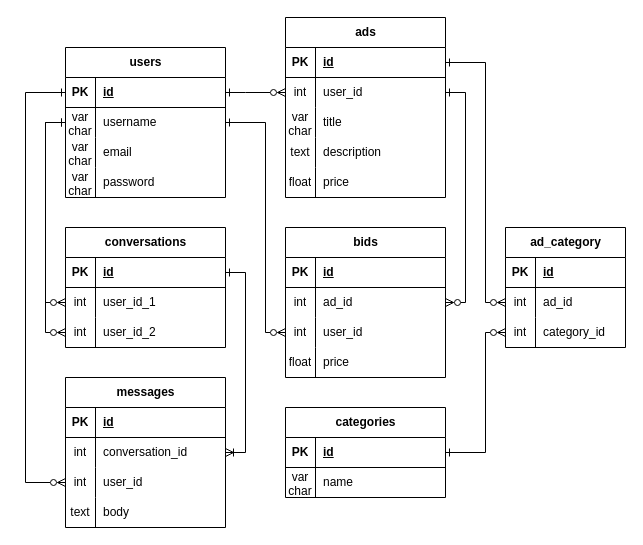
Before: marketplace-database.drawio in LeggyBoiTim/laravel-marketplace, a draw.io diagram. Source tidied: cells renumbered, new cells numbered last; positions are measured from the earlier drawing's top-left corner, leaving out a move shared by most shapes. Both pictures are drawn from the tidied source at 100%, with x=0, y=0 at pixel (25, 17).
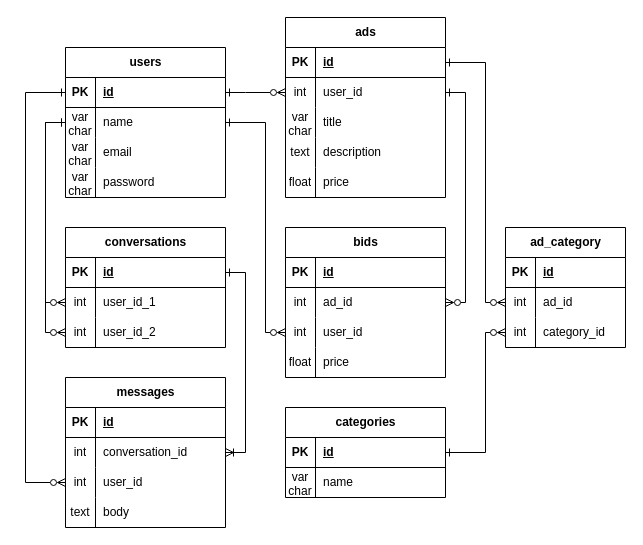
After the change.

Unchanged cells that the change refers to:
```xml
<mxCell id="6" style="shape=tableRow;horizontal=0;startSize=0;swimlaneHead=0;swimlaneBody=0;fillColor=none;points=[[0,0.5],[1,0.5]];portConstraint=eastwest;top=0;left=0;right=0;bottom=0;" parent="2" vertex="1">
  <mxGeometry y="60" width="160" height="30" as="geometry" />
</mxCell>
```

Diff of the diagram source:
```diff
@@
-    <mxCell id="8" value="username" style="shape=partialRectangle;fillColor=none;top=0;left=0;bottom=0;right=0;align=left;spacingLeft=6;overflow=hidden;whiteSpace=wrap;html=1;" parent="6" vertex="1">
+    <mxCell id="8" value="name" style="shape=partialRectangle;fillColor=none;top=0;left=0;bottom=0;right=0;align=left;spacingLeft=6;overflow=hidden;whiteSpace=wrap;html=1;" parent="6" vertex="1">
       <mxGeometry x="30" width="130" height="30" as="geometry" />
     </mxCell>
```
